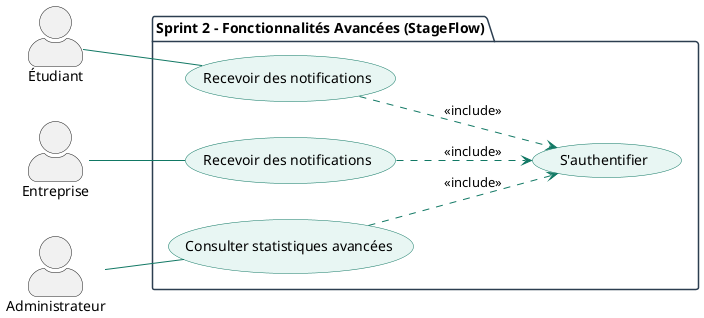
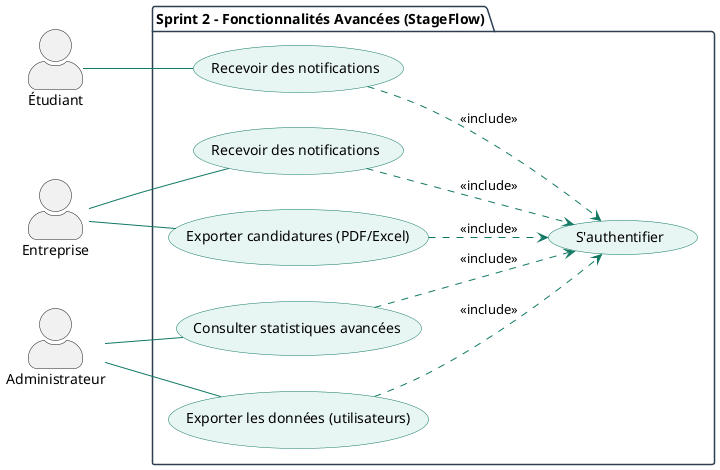
@startuml StageFlow_Sprint2
left to right direction
skinparam actorStyle awesome

skinparam package {
    BackgroundColor White
    BorderColor #2C3E50
}

skinparam usecase {
    BackgroundColor #E8F6F3
    BorderColor #117864
    ArrowColor #117864
}

actor "Étudiant" as E
actor "Entreprise" as Ent
actor "Administrateur" as Admin


package "Sprint 2 – Fonctionnalités Avancées (StageFlow)" {

    ' ========================
    ' Améliorations Étudiant
    ' ========================

        usecase "Recevoir des notifications" as UC1

    E -- UC1


    ' ========================
    ' Améliorations Entreprise
    ' ========================
        usecase "Recevoir des notifications" as UC2


    Ent -- UC2
+     usecase "Exporter candidatures (PDF/Excel)" as UC4
+     Ent -- UC4



    ' ========================
    ' Améliorations Administrateur
    ' ========================
        usecase "Consulter statistiques avancées" as UC3

    Admin -- UC3
+     usecase "Exporter les données (utilisateurs)" as UC5
+     Admin -- UC5

    usecase "S'authentifier" as Auth

UC1 ..> Auth : <<include>>
UC2 ..> Auth : <<include>>
UC3 ..> Auth : <<include>>
+ UC4 ..> Auth : <<include>>
+ UC5 ..> Auth : <<include>>

}

@enduml